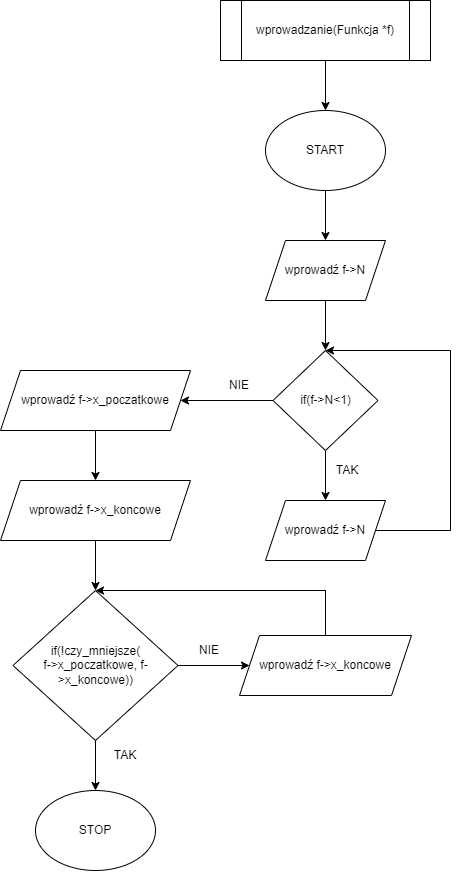
This is funkcja.png from an4xdev/PodstawyProgramowaniaProjektCalkaMetodaTrapezow, a draw.io export, as it was before one commit. Source tidied: cells renumbered, new cells last; positions are measured from the earlier drawing's top-left corner, leaving out a move shared by most shapes.
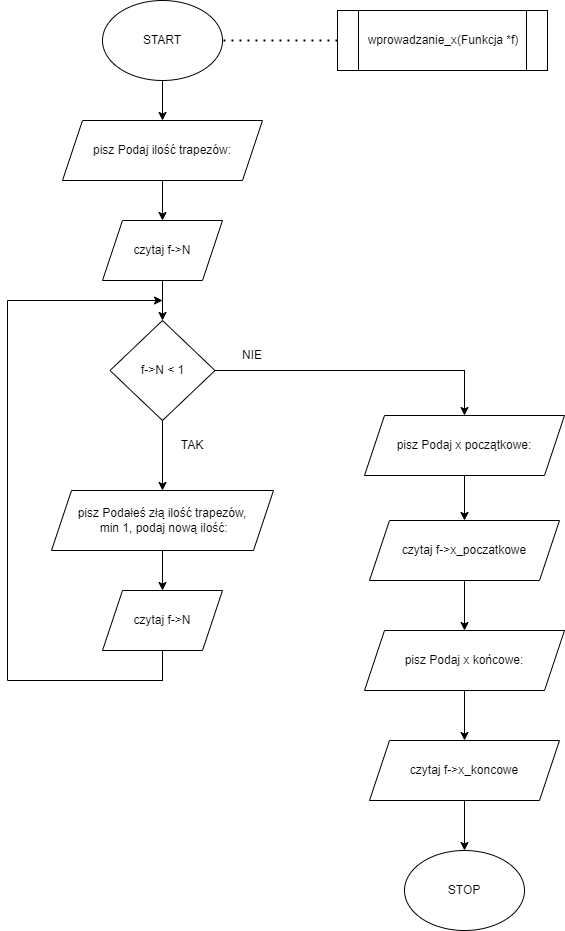
The same diagram one commit later.

Diff of the diagram source:
```diff
@@ -1,101 +1,111 @@
-<mxGraphModel background="#ffffff">
+<mxGraphModel>
   <root>
     <mxCell id="0" />
     <mxCell id="1" parent="0" />
-    <mxCell id="2" style="edgeStyle=none;html=1;" parent="1" edge="1" source="3" target="7">
-      <mxGeometry relative="1" as="geometry" />
-    </mxCell>
+    <mxCell id="30" style="edgeStyle=none;html=1;" parent="1" edge="1" source="3" target="35">
+      <mxGeometry relative="1" as="geometry" />
+    </mxCell>
     <mxCell id="3" value="START" style="ellipse;whiteSpace=wrap;html=1;" parent="1" vertex="1">
-      <mxGeometry x="265" y="110" width="120" height="80" as="geometry" />
+      <mxGeometry x="495" width="120" height="80" as="geometry" />
     </mxCell>
-    <mxCell id="4" style="edgeStyle=none;html=1;" parent="1" edge="1" source="5" target="3">
-      <mxGeometry relative="1" as="geometry" />
-    </mxCell>
-    <mxCell id="5" value="wprowadzanie(Funkcja *f)" style="shape=process;whiteSpace=wrap;html=1;backgroundOutline=1;" parent="1" vertex="1">
-      <mxGeometry x="220" width="210" height="60" as="geometry" />
-    </mxCell>
     <mxCell id="6" style="edgeStyle=none;html=1;" parent="1" edge="1" source="7" target="10">
       <mxGeometry relative="1" as="geometry" />
     </mxCell>
-    <mxCell id="7" value="wprowadź f-&amp;gt;N" style="shape=parallelogram;perimeter=parallelogramPerimeter;whiteSpace=wrap;html=1;fixedSize=1;" parent="1" vertex="1">
-      <mxGeometry x="265" y="240" width="120" height="60" as="geometry" />
+    <mxCell id="7" value="czytaj f-&amp;gt;N" style="shape=parallelogram;perimeter=parallelogramPerimeter;whiteSpace=wrap;html=1;fixedSize=1;" parent="1" vertex="1">
+      <mxGeometry x="495" y="220" width="120" height="60" as="geometry" />
     </mxCell>
-    <mxCell id="8" style="edgeStyle=none;html=1;" parent="1" edge="1" source="10" target="12">
-      <mxGeometry relative="1" as="geometry" />
-    </mxCell>
-    <mxCell id="9" style="edgeStyle=none;html=1;" parent="1" edge="1" source="10" target="13">
-      <mxGeometry relative="1" as="geometry" />
-    </mxCell>
+    <mxCell id="31" style="edgeStyle=none;html=1;" parent="1" edge="1" source="10" target="37">
+      <mxGeometry relative="1" as="geometry" />
+    </mxCell>
-    <mxCell id="10" value="if(f-&amp;gt;N&amp;lt;1)" style="rhombus;whiteSpace=wrap;html=1;" parent="1" vertex="1">
-      <mxGeometry x="272.5" y="350" width="105" height="100" as="geometry" />
+    <mxCell id="10" value="f-&amp;gt;N &amp;lt; 1" style="rhombus;whiteSpace=wrap;html=1;" parent="1" vertex="1">
+      <mxGeometry x="502.5" y="320" width="105" height="100" as="geometry" />
     </mxCell>
-    <mxCell id="11" style="edgeStyle=none;html=1;" parent="1" edge="1" source="12" target="19">
-      <mxGeometry relative="1" as="geometry" />
-    </mxCell>
+    <mxCell id="32" style="edgeStyle=none;html=1;" parent="1" edge="1" source="12" target="41">
+      <mxGeometry relative="1" as="geometry" />
+    </mxCell>
-    <mxCell id="12" value="wprowadź f-&amp;gt;x_poczatkowe" style="shape=parallelogram;perimeter=parallelogramPerimeter;whiteSpace=wrap;html=1;fixedSize=1;" parent="1" vertex="1">
-      <mxGeometry y="370" width="190" height="60" as="geometry" />
+    <mxCell id="12" value="czytaj f-&amp;gt;x_poczatkowe" style="shape=parallelogram;perimeter=parallelogramPerimeter;whiteSpace=wrap;html=1;fixedSize=1;" parent="1" vertex="1">
+      <mxGeometry x="762" y="520" width="190" height="60" as="geometry" />
     </mxCell>
-    <mxCell id="13" value="wprowadź f-&amp;gt;N" style="shape=parallelogram;perimeter=parallelogramPerimeter;whiteSpace=wrap;html=1;fixedSize=1;" parent="1" vertex="1">
-      <mxGeometry x="265" y="500" width="120" height="60" as="geometry" />
+    <mxCell id="13" value="czytaj f-&amp;gt;N" style="shape=parallelogram;perimeter=parallelogramPerimeter;whiteSpace=wrap;html=1;fixedSize=1;" parent="1" vertex="1">
+      <mxGeometry x="495" y="590" width="120" height="60" as="geometry" />
     </mxCell>
-    <mxCell id="14" style="endArrow=none;html=1;exitX=1;exitY=0.5;exitDx=0;exitDy=0;" parent="1" edge="1" source="13">
-      <mxGeometry relative="1" as="geometry">
-        <mxPoint x="450" y="530" as="targetPoint" />
-      </mxGeometry>
-    </mxCell>
-    <mxCell id="15" style="endArrow=none;html=1;" parent="1" edge="1">
-      <mxGeometry relative="1" as="geometry">
-        <mxPoint x="450" y="530" as="sourcePoint" />
-        <mxPoint x="450" y="350" as="targetPoint" />
-      </mxGeometry>
-    </mxCell>
     <mxCell id="16" value="TAK" style="text;html=1;strokeColor=none;fillColor=none;align=center;verticalAlign=middle;whiteSpace=wrap;rounded=0;" parent="1" vertex="1">
-      <mxGeometry x="205" y="370" width="60" height="30" as="geometry" />
+      <mxGeometry x="555" y="430" width="60" height="30" as="geometry" />
     </mxCell>
     <mxCell id="17" value="NIE" style="text;html=1;strokeColor=none;fillColor=none;align=center;verticalAlign=middle;whiteSpace=wrap;rounded=0;" parent="1" vertex="1">
-      <mxGeometry x="325" y="450" width="60" height="30" as="geometry" />
+      <mxGeometry x="615" y="340" width="60" height="30" as="geometry" />
     </mxCell>
-    <mxCell id="18" style="edgeStyle=none;html=1;" parent="1" edge="1" source="19" target="22">
-      <mxGeometry relative="1" as="geometry" />
-    </mxCell>
+    <mxCell id="33" style="edgeStyle=none;html=1;" parent="1" edge="1" source="19" target="24">
+      <mxGeometry relative="1" as="geometry" />
+    </mxCell>
-    <mxCell id="19" value="wprowadź f-&amp;gt;x_koncowe" style="shape=parallelogram;perimeter=parallelogramPerimeter;whiteSpace=wrap;html=1;fixedSize=1;" parent="1" vertex="1">
-      <mxGeometry y="480" width="190" height="60" as="geometry" />
+    <mxCell id="19" value="czytaj f-&amp;gt;x_koncowe" style="shape=parallelogram;perimeter=parallelogramPerimeter;whiteSpace=wrap;html=1;fixedSize=1;" parent="1" vertex="1">
+      <mxGeometry x="762" y="740" width="190" height="60" as="geometry" />
     </mxCell>
-    <mxCell id="20" style="edgeStyle=none;html=1;" parent="1" edge="1" source="22" target="23">
-      <mxGeometry relative="1" as="geometry" />
-    </mxCell>
-    <mxCell id="21" style="edgeStyle=none;html=1;" parent="1" edge="1" source="22" target="24">
-      <mxGeometry relative="1" as="geometry" />
-    </mxCell>
-    <mxCell id="22" value="if(!czy_mniejsze(&lt;br&gt;f-&amp;gt;x_poczatkowe, f-&amp;gt;x_koncowe))" style="rhombus;whiteSpace=wrap;html=1;" parent="1" vertex="1">
-      <mxGeometry x="12.5" y="590" width="165" height="150" as="geometry" />
-    </mxCell>
-    <mxCell id="23" value="wprowadź f-&amp;gt;x_koncowe" style="shape=parallelogram;perimeter=parallelogramPerimeter;whiteSpace=wrap;html=1;fixedSize=1;" parent="1" vertex="1">
-      <mxGeometry x="239" y="635" width="172" height="60" as="geometry" />
-    </mxCell>
     <mxCell id="24" value="STOP" style="ellipse;whiteSpace=wrap;html=1;" parent="1" vertex="1">
-      <mxGeometry x="35" y="790" width="120" height="80" as="geometry" />
+      <mxGeometry x="797" y="850" width="120" height="80" as="geometry" />
     </mxCell>
-    <mxCell id="25" style="endArrow=classic;html=1;entryX=0.5;entryY=0;entryDx=0;entryDy=0;" parent="1" edge="1" target="10">
-      <mxGeometry relative="1" as="geometry">
-        <mxPoint x="450" y="350" as="sourcePoint" />
-      </mxGeometry>
-    </mxCell>
-    <mxCell id="26" style="endArrow=none;html=1;entryX=0.5;entryY=0;entryDx=0;entryDy=0;" parent="1" edge="1" target="23">
-      <mxGeometry relative="1" as="geometry">
-        <mxPoint x="325" y="590" as="sourcePoint" />
-      </mxGeometry>
-    </mxCell>
-    <mxCell id="27" style="endArrow=classic;html=1;entryX=0.5;entryY=0;entryDx=0;entryDy=0;" parent="1" edge="1" target="22">
-      <mxGeometry relative="1" as="geometry">
-        <mxPoint x="330" y="590" as="sourcePoint" />
-      </mxGeometry>
-    </mxCell>
-    <mxCell id="28" value="TAK" style="text;html=1;strokeColor=none;fillColor=none;align=center;verticalAlign=middle;whiteSpace=wrap;rounded=0;" parent="1" vertex="1">
-      <mxGeometry x="95" y="740" width="60" height="30" as="geometry" />
-    </mxCell>
-    <mxCell id="29" value="NIE" style="text;html=1;strokeColor=none;fillColor=none;align=center;verticalAlign=middle;whiteSpace=wrap;rounded=0;" parent="1" vertex="1">
-      <mxGeometry x="179" y="635" width="60" height="30" as="geometry" />
-    </mxCell>
+    <mxCell id="34" style="edgeStyle=none;html=1;" parent="1" edge="1" source="35" target="7">
+      <mxGeometry relative="1" as="geometry" />
+    </mxCell>
+    <mxCell id="35" value="pisz Podaj ilość trapezów:" style="shape=parallelogram;perimeter=parallelogramPerimeter;whiteSpace=wrap;html=1;fixedSize=1;" parent="1" vertex="1">
+      <mxGeometry x="455" y="120" width="200" height="60" as="geometry" />
+    </mxCell>
+    <mxCell id="36" style="edgeStyle=none;html=1;" parent="1" edge="1" source="37" target="13">
+      <mxGeometry relative="1" as="geometry" />
+    </mxCell>
+    <mxCell id="37" value="pisz Podałeś złą ilość trapezów,&lt;br&gt;&amp;nbsp;min 1, podaj nową ilość:" style="shape=parallelogram;perimeter=parallelogramPerimeter;whiteSpace=wrap;html=1;fixedSize=1;" parent="1" vertex="1">
+      <mxGeometry x="444" y="490" width="222" height="60" as="geometry" />
+    </mxCell>
+    <mxCell id="38" style="edgeStyle=none;html=1;" parent="1" edge="1" source="39" target="12">
+      <mxGeometry relative="1" as="geometry" />
+    </mxCell>
+    <mxCell id="39" value="pisz Podaj x początkowe:" style="shape=parallelogram;perimeter=parallelogramPerimeter;whiteSpace=wrap;html=1;fixedSize=1;" parent="1" vertex="1">
+      <mxGeometry x="757" y="415" width="200" height="60" as="geometry" />
+    </mxCell>
+    <mxCell id="40" style="edgeStyle=none;html=1;" parent="1" edge="1" source="41" target="19">
+      <mxGeometry relative="1" as="geometry" />
+    </mxCell>
+    <mxCell id="41" value="pisz Podaj x końcowe:" style="shape=parallelogram;perimeter=parallelogramPerimeter;whiteSpace=wrap;html=1;fixedSize=1;" parent="1" vertex="1">
+      <mxGeometry x="757" y="630" width="200" height="60" as="geometry" />
+    </mxCell>
+    <mxCell id="42" style="endArrow=none;html=1;exitX=1;exitY=0.5;exitDx=0;exitDy=0;" parent="1" edge="1" source="10">
+      <mxGeometry relative="1" as="geometry">
+        <mxPoint x="860" y="370" as="targetPoint" />
+      </mxGeometry>
+    </mxCell>
+    <mxCell id="43" style="endArrow=classic;html=1;entryX=0.5;entryY=0;entryDx=0;entryDy=0;" parent="1" edge="1" target="39">
+      <mxGeometry relative="1" as="geometry">
+        <mxPoint x="857" y="370" as="sourcePoint" />
+      </mxGeometry>
+    </mxCell>
+    <mxCell id="44" style="endArrow=none;html=1;entryX=0.5;entryY=1;entryDx=0;entryDy=0;" parent="1" edge="1" target="13">
+      <mxGeometry relative="1" as="geometry">
+        <mxPoint x="555" y="680" as="sourcePoint" />
+      </mxGeometry>
+    </mxCell>
+    <mxCell id="45" style="endArrow=none;html=1;" parent="1" edge="1">
+      <mxGeometry relative="1" as="geometry">
+        <mxPoint x="400" y="680" as="sourcePoint" />
+        <mxPoint x="560" y="680" as="targetPoint" />
+      </mxGeometry>
+    </mxCell>
+    <mxCell id="46" style="endArrow=none;html=1;" parent="1" edge="1">
+      <mxGeometry relative="1" as="geometry">
+        <mxPoint x="400" y="680" as="sourcePoint" />
+        <mxPoint x="400" y="300" as="targetPoint" />
+      </mxGeometry>
+    </mxCell>
+    <mxCell id="47" style="endArrow=classic;html=1;" parent="1" edge="1">
+      <mxGeometry relative="1" as="geometry">
+        <mxPoint x="400" y="300" as="sourcePoint" />
+        <mxPoint x="550" y="300" as="targetPoint" />
+      </mxGeometry>
+    </mxCell>
+    <mxCell id="48" style="endArrow=none;dashed=1;html=1;dashPattern=1 3;strokeWidth=2;entryX=1;entryY=0.5;entryDx=0;entryDy=0;exitX=0;exitY=0.5;exitDx=0;exitDy=0;" parent="1" edge="1" source="49" target="3">
+      <mxGeometry relative="1" as="geometry" />
+    </mxCell>
+    <mxCell id="49" value="wprowadzanie_x(Funkcja *f)" style="shape=process;whiteSpace=wrap;html=1;backgroundOutline=1;" parent="1" vertex="1">
+      <mxGeometry x="730" y="10" width="210" height="60" as="geometry" />
+    </mxCell>
   </root>
 </mxGraphModel>
```
